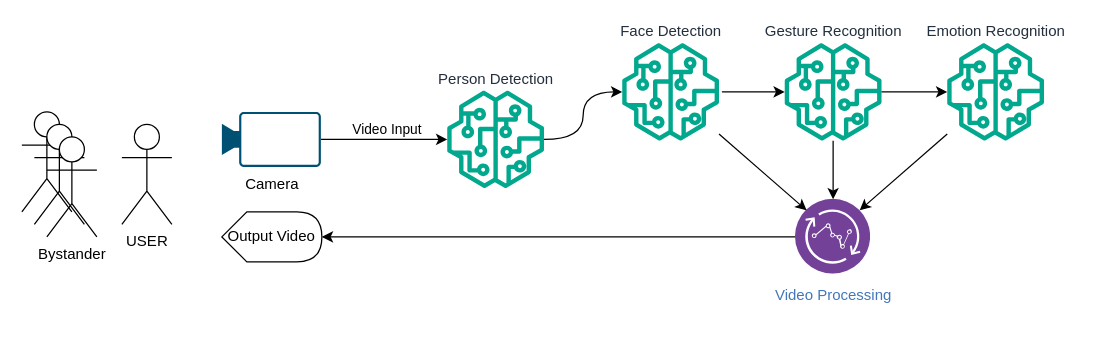
The draw.io diagram doc/HLD_source.drawio in Team-Intel-Edge-AI/OnTheEdge, before the edit. Source tidied: cells renumbered, new cells numbered last; positions are measured from the earlier drawing's top-left corner, leaving out a move shared by most shapes. Both pictures are drawn from the tidied source at 125%, with x=0, y=0 at pixel (21, 42). Pictures stored in the file or linked from it are replaced by grey dashed boxes.
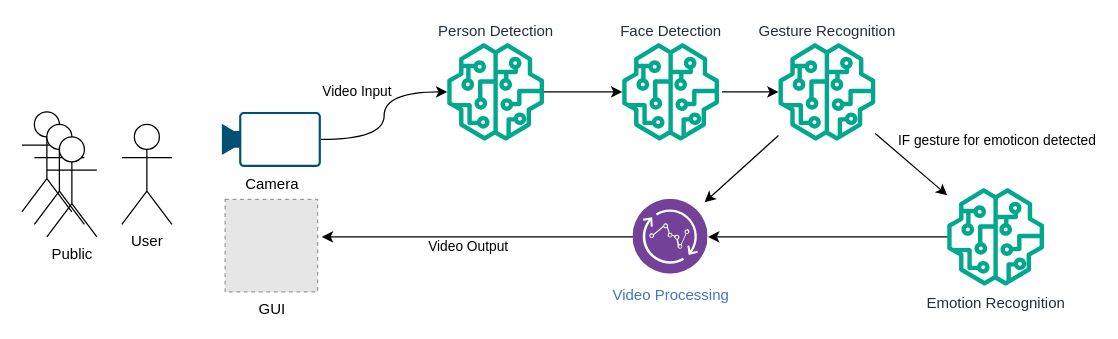
The same diagram, later.

Unchanged cells that the change refers to:
```xml
<mxCell id="5" value="Camera" style="points=[[0,0.5,0],[0.19,0.02,0],[0.59,0,0],[0.985,0.02,0],[1,0.5,0],[0.985,0.98,0],[0.59,1,0],[0.19,0.98,0]];verticalLabelPosition=bottom;sketch=0;html=1;verticalAlign=top;align=center;shape=mxgraph.cisco19.camera;fillColor=#005073;strokeColor=none;" parent="1" vertex="1">
  <mxGeometry x="160" y="55" width="79.2" height="44" as="geometry" />
</mxCell>
<mxCell id="6" value="Face Detection" style="sketch=0;outlineConnect=0;fontColor=#232F3E;gradientColor=none;fillColor=#01A88D;strokeColor=none;dashed=0;verticalLabelPosition=top;verticalAlign=bottom;align=center;html=1;fontSize=12;fontStyle=0;shape=mxgraph.aws4.sagemaker_model;labelPosition=center;" parent="1" vertex="1">
  <mxGeometry x="480" width="78" height="78" as="geometry" />
</mxCell>
<mxCell id="16" style="endArrow=classic;html=1;rounded=0;" parent="1" edge="1" source="7" target="8">
  <mxGeometry relative="1" as="geometry" />
</mxCell>
```

Diff of the diagram source:
```diff
@@
-    <mxCell id="2" value="USER" style="shape=umlActor;verticalLabelPosition=bottom;verticalAlign=top;html=1;" parent="1" vertex="1">
+    <mxCell id="2" value="User" style="shape=umlActor;verticalLabelPosition=bottom;verticalAlign=top;html=1;" parent="1" vertex="1">
       <mxGeometry x="80" y="65" width="40" height="80" as="geometry" />
     </mxCell>
-    <mxCell id="3" style="edgeStyle=orthogonalEdgeStyle;rounded=0;jettySize=auto;html=1;exitX=1;exitY=0.5;exitDx=0;exitDy=0;exitPerimeter=0;" parent="1" edge="1" source="5" target="13">
+    <mxCell id="3" style="edgeStyle=orthogonalEdgeStyle;rounded=0;jettySize=auto;html=1;exitX=1;exitY=0.5;exitDx=0;exitDy=0;exitPerimeter=0;curved=1;" parent="1" edge="1" source="5" target="13">
       <mxGeometry relative="1" as="geometry" />
     </mxCell>
     <mxCell id="4" value="Video Input" style="edgeLabel;html=1;align=center;verticalAlign=middle;" parent="3" vertex="1">
       <mxGeometry x="0.22" relative="1" as="geometry">
-        <mxPoint x="-10" y="-9" as="offset" />
+        <mxPoint x="-22" y="-4" as="offset" />
       </mxGeometry>
     </mxCell>
@@
     <mxCell id="7" value="Gesture Recognition" style="sketch=0;outlineConnect=0;fontColor=#232F3E;gradientColor=none;fillColor=#01A88D;strokeColor=none;dashed=0;verticalLabelPosition=top;verticalAlign=bottom;align=center;html=1;fontSize=12;fontStyle=0;shape=mxgraph.aws4.sagemaker_model;labelPosition=center;" parent="1" vertex="1">
-      <mxGeometry x="610" width="78" height="78" as="geometry" />
+      <mxGeometry x="605" width="78" height="78" as="geometry" />
     </mxCell>
-    <mxCell id="8" value="Emotion Recognition" style="sketch=0;outlineConnect=0;fontColor=#232F3E;gradientColor=none;fillColor=#01A88D;strokeColor=none;dashed=0;verticalLabelPosition=top;verticalAlign=bottom;align=center;html=1;fontSize=12;fontStyle=0;shape=mxgraph.aws4.sagemaker_model;labelPosition=center;" parent="1" vertex="1">
-      <mxGeometry x="740" width="78" height="78" as="geometry" />
+    <mxCell id="8" value="Emotion Recognition" style="sketch=0;outlineConnect=0;fontColor=#232F3E;gradientColor=none;fillColor=#01A88D;strokeColor=none;dashed=0;verticalLabelPosition=bottom;verticalAlign=top;align=center;html=1;fontSize=12;fontStyle=0;shape=mxgraph.aws4.sagemaker_model;labelPosition=center;" parent="1" vertex="1">
+      <mxGeometry x="740" y="116" width="78" height="78" as="geometry" />
     </mxCell>
@@
-    <mxCell id="11" value="Bystander" style="shape=umlActor;verticalLabelPosition=bottom;verticalAlign=top;html=1;" parent="1" vertex="1">
+    <mxCell id="11" value="Public" style="shape=umlActor;verticalLabelPosition=bottom;verticalAlign=top;html=1;" parent="1" vertex="1">
       <mxGeometry x="20" y="75" width="40" height="80" as="geometry" />
     </mxCell>
-    <mxCell id="12" value="Output Video" style="shape=display;whiteSpace=wrap;html=1;" parent="1" vertex="1">
-      <mxGeometry x="160" y="135" width="80" height="40" as="geometry" />
-    </mxCell>
     <mxCell id="13" value="Person Detection" style="sketch=0;outlineConnect=0;fontColor=#232F3E;gradientColor=none;fillColor=#01A88D;strokeColor=none;dashed=0;verticalLabelPosition=top;verticalAlign=bottom;align=center;html=1;fontSize=12;fontStyle=0;shape=mxgraph.aws4.sagemaker_model;labelPosition=center;" parent="1" vertex="1">
-      <mxGeometry x="340" y="38" width="78" height="78" as="geometry" />
+      <mxGeometry x="340" width="78" height="78" as="geometry" />
     </mxCell>
@@
+    <mxCell id="22" value="IF gesture for emoticon detected" style="edgeLabel;html=1;align=center;verticalAlign=middle;" parent="16" vertex="1">
+      <mxGeometry x="-0.15" y="-1" relative="1" as="geometry">
+        <mxPoint x="73" y="-16" as="offset" />
+      </mxGeometry>
+    </mxCell>
-    <mxCell id="17" style="endArrow=classic;html=1;rounded=0;entryX=1;entryY=0.5;entryDx=0;entryDy=0;entryPerimeter=0;exitX=0;exitY=0.5;exitDx=0;exitDy=0;" parent="1" edge="1" source="18" target="12">
-      <mxGeometry relative="1" as="geometry" />
+    <mxCell id="17" style="endArrow=classic;html=1;rounded=0;entryX=1;entryY=0.5;entryDx=0;entryDy=0;entryPerimeter=0;exitX=0;exitY=0.5;exitDx=0;exitDy=0;" parent="1" edge="1" source="18">
+      <mxGeometry relative="1" as="geometry">
+        <mxPoint x="240" y="155" as="targetPoint" />
+      </mxGeometry>
     </mxCell>
+    <mxCell id="23" value="Video Output" style="edgeLabel;html=1;align=center;verticalAlign=middle;" parent="17" vertex="1">
+      <mxGeometry x="0.05" y="1" relative="1" as="geometry">
+        <mxPoint x="-2" y="6" as="offset" />
+      </mxGeometry>
+    </mxCell>
     <mxCell id="18" value="Video Processing" style="image;perimeter=ellipsePerimeter;html=1;align=center;shadow=0;dashed=0;fontColor=#4277BB;labelBackgroundColor=default;fontSize=12;spacingTop=3;image=img/lib/ibm/analytics/streaming_computing.svg;" parent="1" vertex="1">
-      <mxGeometry x="619" y="125" width="60" height="60" as="geometry" />
+      <mxGeometry x="489" y="125" width="60" height="60" as="geometry" />
     </mxCell>
-    <mxCell id="19" style="endArrow=classic;html=1;rounded=0;entryX=0;entryY=0;entryDx=0;entryDy=0;" parent="1" edge="1" source="6" target="18">
-      <mxGeometry relative="1" as="geometry" />
-    </mxCell>
-    <mxCell id="20" style="endArrow=classic;html=1;rounded=0;entryX=1;entryY=0;entryDx=0;entryDy=0;" parent="1" edge="1" source="8" target="18">
+    <mxCell id="20" style="endArrow=classic;html=1;rounded=0;entryX=1;entryY=0.5;entryDx=0;entryDy=0;" parent="1" edge="1" source="8" target="18">
       <mxGeometry relative="1" as="geometry" />
     </mxCell>
+    <mxCell id="24" value="GUI" style="fillColor=#E6E6E6;strokeColor=#999999;dashed=1;html=1;verticalAlign=top;verticalLabelPosition=bottom;labelBackgroundColor=#ffffff;" parent="1" vertex="1">
+      <mxGeometry x="162.6" y="125" width="74" height="74" as="geometry" />
+    </mxCell>
-    <mxCell id="21" style="endArrow=classic;html=1;rounded=0;entryX=0.5;entryY=0;entryDx=0;entryDy=0;" parent="1" edge="1" source="7" target="18">
+    <mxCell id="21" style="endArrow=classic;html=1;rounded=0;entryX=0.952;entryY=0.04;entryDx=0;entryDy=0;entryPerimeter=0;" parent="1" edge="1" source="7" target="18">
       <mxGeometry relative="1" as="geometry" />
     </mxCell>
```
